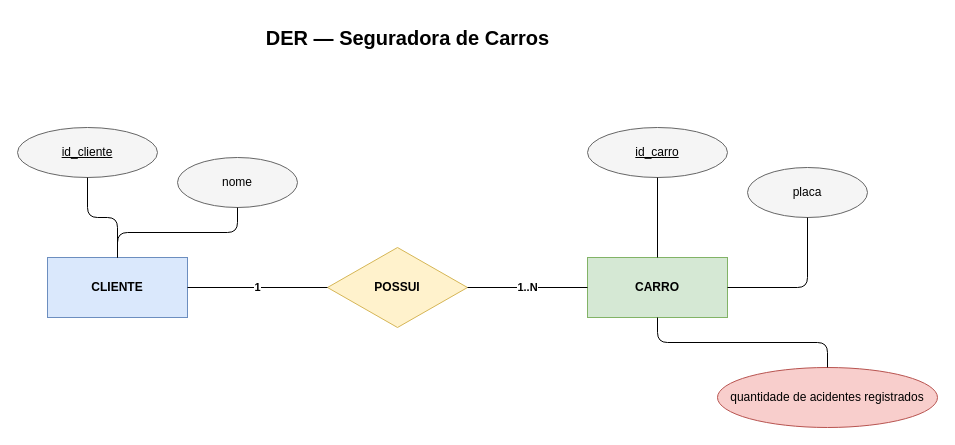
The draw.io diagram BD_CMPBCD1/03  26.08 Atividade/BD_26.08_Exerc_04.drawio in ppfuark/2_IF_ADS, before the edit. Source tidied: cells renumbered, new cells numbered last; positions are measured from the earlier drawing's top-left corner, leaving out a move shared by most shapes. Both pictures are drawn from the tidied source at 100%, with x=0, y=0 at pixel (17, 17).
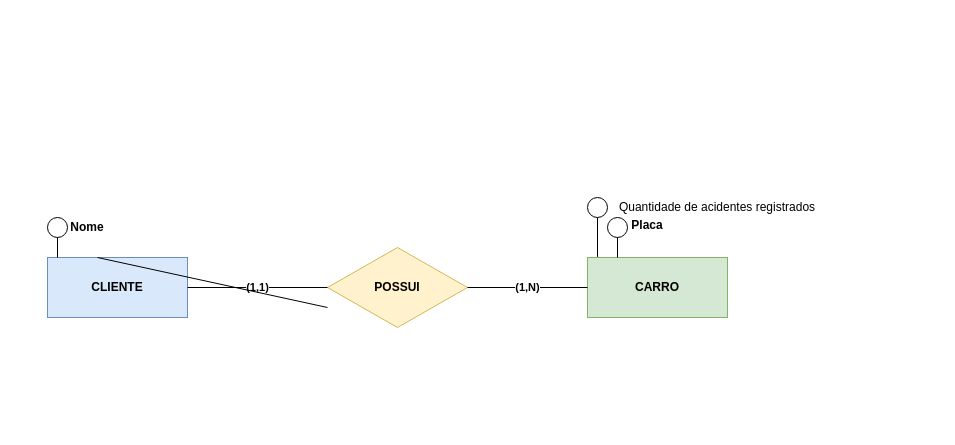
After the change.

What changed in the source:
```diff
@@
 <mxGraphModel>
   <root>
     <mxCell id="0" />
     <mxCell id="1" parent="0" />
-    <mxCell id="2" value="DER — Seguradora de Carros" style="text;html=1;fontStyle=1;fontSize=20;align=center;verticalAlign=middle;" parent="1" vertex="1">
-      <mxGeometry x="210" width="360" height="40" as="geometry" />
-    </mxCell>
     <mxCell id="3" value="CLIENTE" style="rounded=0;whiteSpace=wrap;html=1;fontStyle=1;fillColor=#dae8fc;strokeColor=#6c8ebf;" parent="1" vertex="1">
       <mxGeometry x="30" y="240" width="140" height="60" as="geometry" />
     </mxCell>
     <mxCell id="4" value="CARRO" style="rounded=0;whiteSpace=wrap;html=1;fontStyle=1;fillColor=#d5e8d4;strokeColor=#82b366;" parent="1" vertex="1">
       <mxGeometry x="570" y="240" width="140" height="60" as="geometry" />
     </mxCell>
     <mxCell id="5" value="POSSUI" style="rhombus;whiteSpace=wrap;html=1;fontStyle=1;fillColor=#fff2cc;strokeColor=#d6b656;" parent="1" vertex="1">
       <mxGeometry x="310" y="230" width="140" height="80" as="geometry" />
     </mxCell>
-    <mxCell id="6" value="&lt;u&gt;id_cliente&lt;/u&gt;" style="ellipse;whiteSpace=wrap;html=1;fillColor=#f5f5f5;strokeColor=#666666;" parent="1" vertex="1">
-      <mxGeometry y="110" width="140" height="50" as="geometry" />
-    </mxCell>
-    <mxCell id="7" value="nome" style="ellipse;whiteSpace=wrap;html=1;fillColor=#f5f5f5;strokeColor=#666666;" parent="1" vertex="1">
-      <mxGeometry x="160" y="140" width="120" height="50" as="geometry" />
-    </mxCell>
-    <mxCell id="8" value="&lt;u&gt;id_carro&lt;/u&gt;" style="ellipse;whiteSpace=wrap;html=1;fillColor=#f5f5f5;strokeColor=#666666;" parent="1" vertex="1">
-      <mxGeometry x="570" y="110" width="140" height="50" as="geometry" />
-    </mxCell>
-    <mxCell id="9" value="placa" style="ellipse;whiteSpace=wrap;html=1;fillColor=#f5f5f5;strokeColor=#666666;" parent="1" vertex="1">
-      <mxGeometry x="730" y="150" width="120" height="50" as="geometry" />
-    </mxCell>
-    <mxCell id="10" value="quantidade de acidentes registrados" style="ellipse;whiteSpace=wrap;html=1;fillColor=#f8cecc;strokeColor=#b85450;" parent="1" vertex="1">
-      <mxGeometry x="700" y="350" width="220" height="60" as="geometry" />
-    </mxCell>
-    <mxCell id="11" value="1" style="edgeStyle=orthogonalEdgeStyle;rounded=1;endArrow=none;html=1;fontStyle=1;" parent="1" edge="1" source="3" target="5">
+    <mxCell id="11" value="(1,1)" style="edgeStyle=orthogonalEdgeStyle;rounded=1;endArrow=none;html=1;fontStyle=1;" parent="1" edge="1" source="3" target="5">
       <mxGeometry relative="1" as="geometry" />
     </mxCell>
-    <mxCell id="12" value="1..N" style="edgeStyle=orthogonalEdgeStyle;rounded=1;endArrow=none;html=1;fontStyle=1;" parent="1" edge="1" source="5" target="4">
+    <mxCell id="12" value="(1,N)" style="edgeStyle=orthogonalEdgeStyle;rounded=1;endArrow=none;html=1;fontStyle=1;" parent="1" edge="1" source="5" target="4">
       <mxGeometry relative="1" as="geometry" />
     </mxCell>
-    <mxCell id="13" style="edgeStyle=orthogonalEdgeStyle;rounded=1;endArrow=none;html=1;" parent="1" edge="1" source="3" target="6">
-      <mxGeometry relative="1" as="geometry" />
-    </mxCell>
-    <mxCell id="14" style="edgeStyle=orthogonalEdgeStyle;rounded=1;endArrow=none;html=1;" parent="1" edge="1" source="3" target="7">
-      <mxGeometry relative="1" as="geometry" />
-    </mxCell>
-    <mxCell id="15" style="edgeStyle=orthogonalEdgeStyle;rounded=1;endArrow=none;html=1;" parent="1" edge="1" source="4" target="8">
-      <mxGeometry relative="1" as="geometry" />
-    </mxCell>
-    <mxCell id="16" style="edgeStyle=orthogonalEdgeStyle;rounded=1;endArrow=none;html=1;" parent="1" edge="1" source="4" target="9">
-      <mxGeometry relative="1" as="geometry" />
-    </mxCell>
-    <mxCell id="17" style="edgeStyle=orthogonalEdgeStyle;rounded=1;endArrow=none;html=1;" parent="1" edge="1" source="4" target="10">
-      <mxGeometry relative="1" as="geometry" />
-    </mxCell>
+    <mxCell id="18" value="&lt;div&gt;&lt;br&gt;&lt;/div&gt;" style="ellipse;whiteSpace=wrap;html=1;shapeInside=1;fontStyle=1;" parent="1" vertex="1">
+      <mxGeometry x="30" y="200" width="20" height="20" as="geometry" />
+    </mxCell>
+    <mxCell id="19" style="endArrow=none;html=1;rounded=0;entryX=0.5;entryY=1;entryDx=0;entryDy=0;fontStyle=1;" parent="1" edge="1" target="18">
+      <mxGeometry relative="1" as="geometry">
+        <mxPoint x="40" y="240" as="sourcePoint" />
+      </mxGeometry>
+    </mxCell>
+    <mxCell id="20" value="&lt;span style=&quot;&quot;&gt;Nome&lt;/span&gt;" style="text;html=1;whiteSpace=wrap;strokeColor=none;fillColor=none;align=center;verticalAlign=middle;rounded=0;fontStyle=1;" parent="1" vertex="1">
+      <mxGeometry x="40" y="195" width="60" height="30" as="geometry" />
+    </mxCell>
+    <mxCell id="21" style="endArrow=none;html=1;rounded=0;entryX=0.5;entryY=1;entryDx=0;entryDy=0;exitX=0;exitY=1;exitDx=0;exitDy=0;fontStyle=1;" parent="1" edge="1">
+      <mxGeometry relative="1" as="geometry">
+        <mxPoint x="80" y="240" as="sourcePoint" />
+        <mxPoint x="310" y="290" as="targetPoint" />
+      </mxGeometry>
+    </mxCell>
+    <mxCell id="22" value="&lt;div&gt;&lt;br/&gt;&lt;/div&gt;" style="ellipse;whiteSpace=wrap;html=1;shapeInside=1;" parent="1" vertex="1">
+      <mxGeometry x="570" y="180" width="20" height="20" as="geometry" />
+    </mxCell>
+    <mxCell id="23" style="endArrow=none;html=1;rounded=0;entryX=0.5;entryY=1;entryDx=0;entryDy=0;" parent="1" edge="1" target="22">
+      <mxGeometry relative="1" as="geometry">
+        <mxPoint x="580" y="239.4" as="sourcePoint" />
+      </mxGeometry>
+    </mxCell>
+    <mxCell id="24" value="Quantidade de acidentes registrados" style="text;html=1;whiteSpace=wrap;strokeColor=none;fillColor=none;align=center;verticalAlign=middle;rounded=0;" parent="1" vertex="1">
+      <mxGeometry x="600" y="175" width="200" height="30" as="geometry" />
+    </mxCell>
+    <mxCell id="25" value="&lt;div&gt;&lt;br/&gt;&lt;/div&gt;" style="ellipse;whiteSpace=wrap;html=1;shapeInside=1;" parent="1" vertex="1">
+      <mxGeometry x="590" y="200" width="20" height="20" as="geometry" />
+    </mxCell>
+    <mxCell id="26" style="endArrow=none;html=1;rounded=0;entryX=0.5;entryY=1;entryDx=0;entryDy=0;" parent="1" edge="1" target="25">
+      <mxGeometry relative="1" as="geometry">
+        <mxPoint x="600" y="240" as="sourcePoint" />
+      </mxGeometry>
+    </mxCell>
+    <mxCell id="27" value="&lt;span style=&quot;font-weight: 700;&quot;&gt;Placa&lt;/span&gt;" style="text;html=1;whiteSpace=wrap;strokeColor=none;fillColor=none;align=center;verticalAlign=middle;rounded=0;" parent="1" vertex="1">
+      <mxGeometry x="600" y="193" width="60" height="30" as="geometry" />
+    </mxCell>
   </root>
 </mxGraphModel>
```
